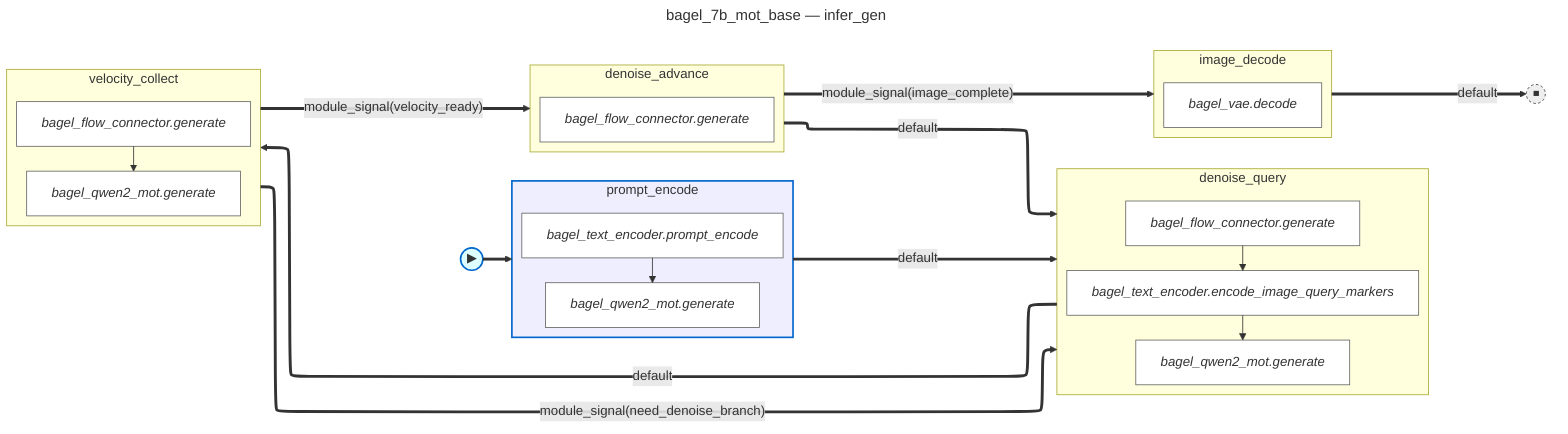
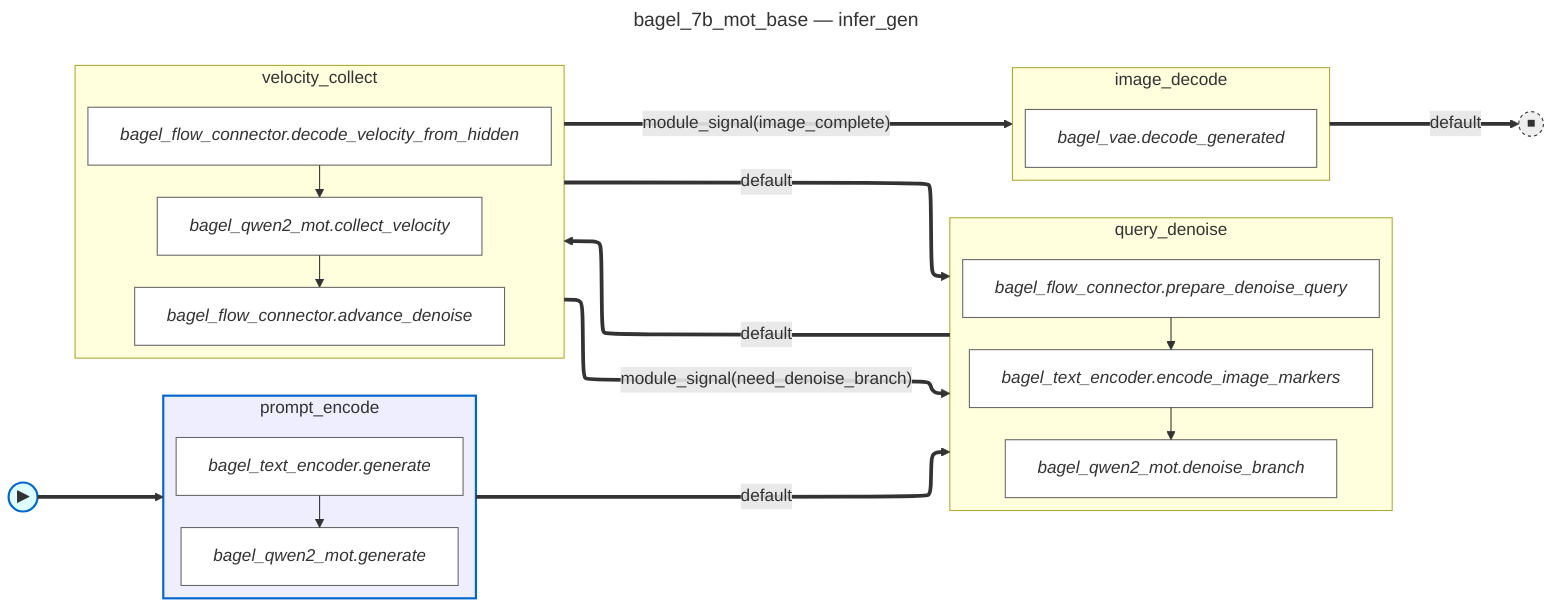
---
title: bagel_7b_mot_base — infer_gen
---
%%{init: {'flowchart': {'defaultRenderer': 'elk'}}}%%
flowchart LR
    fsm_start(("▶")):::fsm_start
    fsm_done(("⏹")):::fsm_terminal
    subgraph state_prompt_encode [prompt_encode]
        direction TB
-         prompt_encode__bagel_text_encoder_prompt_encode["<i>bagel_text_encoder.prompt_encode</i>"]:::body_node
+         prompt_encode__bagel_text_encoder_generate["<i>bagel_text_encoder.generate</i>"]:::body_node
        prompt_encode__bagel_qwen2_mot_generate["<i>bagel_qwen2_mot.generate</i>"]:::body_node
-         prompt_encode__bagel_text_encoder_prompt_encode --> prompt_encode__bagel_qwen2_mot_generate
+         prompt_encode__bagel_text_encoder_generate --> prompt_encode__bagel_qwen2_mot_generate
    end
-     subgraph state_denoise_query [denoise_query]
+     subgraph state_query_denoise [query_denoise]
        direction TB
-         denoise_query__bagel_flow_connector_generate["<i>bagel_flow_connector.generate</i>"]:::body_node
-         denoise_query__bagel_text_encoder_encode_image_query_markers["<i>bagel_text_encoder.encode_image_query_markers</i>"]:::body_node
-         denoise_query__bagel_qwen2_mot_generate["<i>bagel_qwen2_mot.generate</i>"]:::body_node
-         denoise_query__bagel_flow_connector_generate --> denoise_query__bagel_text_encoder_encode_image_query_markers
-         denoise_query__bagel_text_encoder_encode_image_query_markers --> denoise_query__bagel_qwen2_mot_generate
+         query_denoise__bagel_flow_connector_prepare_denoise_query["<i>bagel_flow_connector.prepare_denoise_query</i>"]:::body_node
+         query_denoise__bagel_text_encoder_encode_image_markers["<i>bagel_text_encoder.encode_image_markers</i>"]:::body_node
+         query_denoise__bagel_qwen2_mot_denoise_branch["<i>bagel_qwen2_mot.denoise_branch</i>"]:::body_node
+         query_denoise__bagel_flow_connector_prepare_denoise_query --> query_denoise__bagel_text_encoder_encode_image_markers
+         query_denoise__bagel_text_encoder_encode_image_markers --> query_denoise__bagel_qwen2_mot_denoise_branch
    end
    subgraph state_velocity_collect [velocity_collect]
        direction TB
-         velocity_collect__bagel_flow_connector_generate["<i>bagel_flow_connector.generate</i>"]:::body_node
-         velocity_collect__bagel_qwen2_mot_generate["<i>bagel_qwen2_mot.generate</i>"]:::body_node
-         velocity_collect__bagel_flow_connector_generate --> velocity_collect__bagel_qwen2_mot_generate
-     end
-     subgraph state_denoise_advance [denoise_advance]
-         direction TB
-         denoise_advance__bagel_flow_connector_generate["<i>bagel_flow_connector.generate</i>"]:::body_node
+         velocity_collect__bagel_flow_connector_decode_velocity_from_hidden["<i>bagel_flow_connector.decode_velocity_from_hidden</i>"]:::body_node
+         velocity_collect__bagel_qwen2_mot_collect_velocity["<i>bagel_qwen2_mot.collect_velocity</i>"]:::body_node
+         velocity_collect__bagel_flow_connector_advance_denoise["<i>bagel_flow_connector.advance_denoise</i>"]:::body_node
+         velocity_collect__bagel_flow_connector_decode_velocity_from_hidden --> velocity_collect__bagel_qwen2_mot_collect_velocity
+         velocity_collect__bagel_qwen2_mot_collect_velocity --> velocity_collect__bagel_flow_connector_advance_denoise
    end
    subgraph state_image_decode [image_decode]
        direction TB
-         image_decode__bagel_vae_decode["<i>bagel_vae.decode</i>"]:::body_node
+         image_decode__bagel_vae_decode_generated["<i>bagel_vae.decode_generated</i>"]:::body_node
    end
    fsm_start ==> state_prompt_encode
-     state_prompt_encode ==>|"default"| state_denoise_query
-     state_denoise_query ==>|"default"| state_velocity_collect
-     state_velocity_collect ==>|"module_signal(need_denoise_branch)"| state_denoise_query
-     state_velocity_collect ==>|"module_signal(velocity_ready)"| state_denoise_advance
-     state_denoise_advance ==>|"module_signal(image_complete)"| state_image_decode
-     state_denoise_advance ==>|"default"| state_denoise_query
+     state_prompt_encode ==>|"default"| state_query_denoise
+     state_query_denoise ==>|"default"| state_velocity_collect
+     state_velocity_collect ==>|"module_signal(need_denoise_branch)"| state_query_denoise
+     state_velocity_collect ==>|"module_signal(image_complete)"| state_image_decode
+     state_velocity_collect ==>|"default"| state_query_denoise
    state_image_decode ==>|"default"| fsm_done
    classDef body_node fill:#fff,stroke:#666
    classDef fsm_start fill:#dff,stroke:#06c,stroke-width:2px
    classDef fsm_terminal fill:#eee,stroke:#333,stroke-width:1px,stroke-dasharray:3 3
    style state_prompt_encode fill:#eef,stroke:#06c,stroke-width:2px
